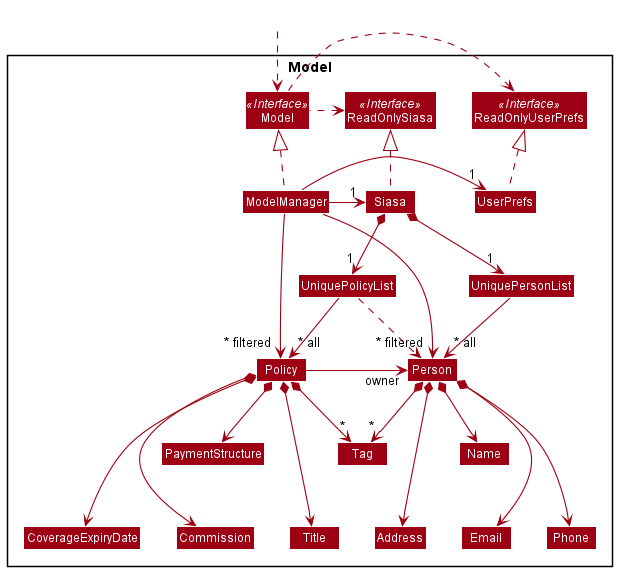
nus-cs2103-AY2122S1/tp keeps this PlantUML diagram as docs/images/ModelClassDiagram.png. Above is the earlier version. The source it was exported from:
```plantuml
@startuml
!include style.puml
skinparam arrowThickness 1.1
skinparam arrowColor MODEL_COLOR
skinparam classBackgroundColor MODEL_COLOR

Package Model <<Rectangle>>{
Interface ReadOnlySiasa <<Interface>>
Interface ReadOnlyUserPrefs <<Interface>>
Interface Model <<Interface>>
Class Siasa
Class ReadOnlySiasa
Class Model
Class ModelManager
Class UserPrefs
Class ReadOnlyUserPrefs


Class UniquePersonList
Class Person
Class Address
Class Email
Class Name
Class Phone
Class Tag


Class UniquePolicyList
Class Policy
Class PaymentStructure
Class Commission
Class Title
Class CoverageExpiryDate
}

Class HiddenOutside #FFFFFF
HiddenOutside ..> Model

Siasa .up.|> ReadOnlySiasa

ModelManager .up.|> Model
Model .right.> ReadOnlyUserPrefs
Model .left.> ReadOnlySiasa
ModelManager -left-> "1" Siasa
ModelManager -right-> "1" UserPrefs
UserPrefs .up.|> ReadOnlyUserPrefs

Siasa *--> "1" UniquePersonList
UniquePersonList --> "~* all" Person
Person *--> Name
Person *--> Phone
Person *--> Email
Person *--> Address
Person *--> "*" Tag

Siasa *--> "1" UniquePolicyList
UniquePolicyList --> "~* all" Policy
UniquePolicyList ..> Person
Policy *--> PaymentStructure
Policy *--> Commission
Policy *--> Title
Policy *--> "*" Tag
Policy *--> CoverageExpiryDate
Policy -right->"owner" Person

Name -[hidden]down-> Phone
Name -[hidden]down-> Address
Name -[hidden]down-> Email


PaymentStructure -[hidden]down-> Title
PaymentStructure -[hidden]down-> CoverageExpiryDate
PaymentStructure -[hidden]down-> Commission




ModelManager -->"~* filtered" Person
ModelManager -->"~* filtered" Policy

@enduml
```
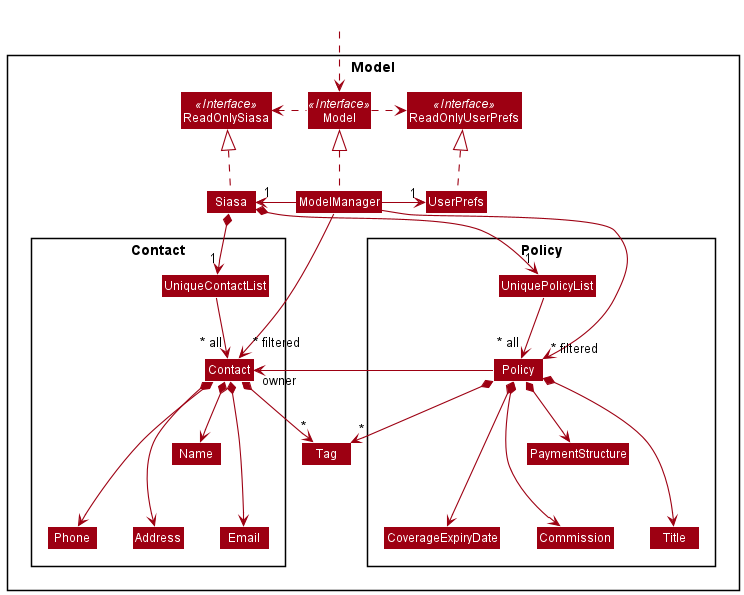
Above is the later version.

What changed in the source:
```diff
@@ -15,22 +15,30 @@
 Class UserPrefs
 Class ReadOnlyUserPrefs
 
+Package Contact <<Rectangle>> {
+    Class UniqueContactList
+    Class Contact
+    Class Address
+    Class Email
+    Class Name
+    Class Phone
 
-Class UniquePersonList
-Class Person
-Class Address
-Class Email
-Class Name
-Class Phone
+}
+
 Class Tag
 
 
+Package Policy <<Rectangle>> {
 Class UniquePolicyList
 Class Policy
 Class PaymentStructure
 Class Commission
 Class Title
 Class CoverageExpiryDate
+
+Class HiddenInside #FFFFFF
+}
+
 }
 
 Class HiddenOutside #FFFFFF
@@ -45,23 +53,23 @@
 ModelManager -right-> "1" UserPrefs
 UserPrefs .up.|> ReadOnlyUserPrefs
 
-Siasa *--> "1" UniquePersonList
-UniquePersonList --> "~* all" Person
-Person *--> Name
-Person *--> Phone
-Person *--> Email
-Person *--> Address
-Person *--> "*" Tag
+Siasa *--> "1" UniqueContactList
+UniqueContactList --> "~* all" Contact
+Contact *--> Name
+Contact *--> Phone
+Contact *--> Email
+Contact *--> Address
+Contact *--> "*" Tag
 
 Siasa *--> "1" UniquePolicyList
 UniquePolicyList --> "~* all" Policy
-UniquePolicyList ..> Person
+Policy : equals()
 Policy *--> PaymentStructure
 Policy *--> Commission
 Policy *--> Title
 Policy *--> "*" Tag
 Policy *--> CoverageExpiryDate
-Policy -right->"owner" Person
+Policy -right->"owner" Contact
 
 Name -[hidden]down-> Phone
 Name -[hidden]down-> Address
@@ -75,7 +83,10 @@
 
 
 
-ModelManager -->"~* filtered" Person
+
+
+
+ModelManager -->"~* filtered" Contact
 ModelManager -->"~* filtered" Policy
 
 @enduml
```
